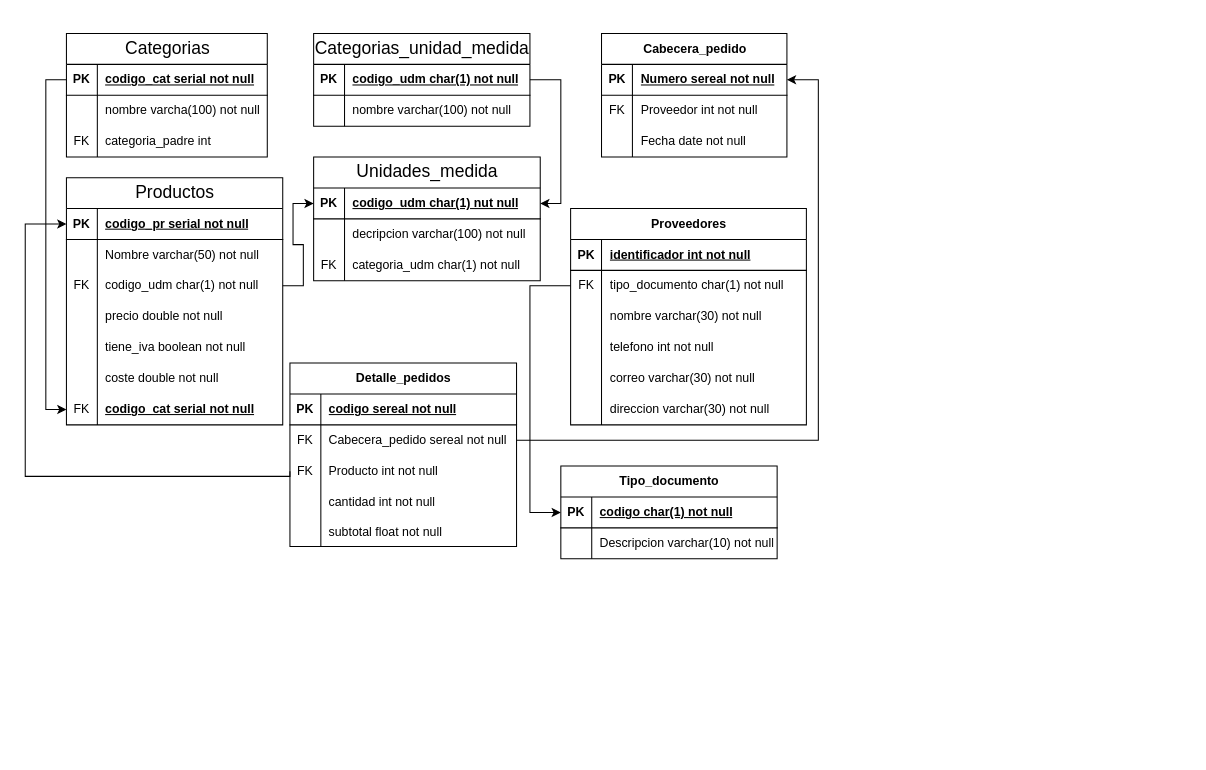
JoseAndresVR/Mod3 keeps this draw.io diagram as DDF/inventario.drawio. Above is the earlier version. Source tidied: cells renumbered, new cells numbered last; positions are measured from the earlier drawing's top-left corner, leaving out a move shared by most shapes. Both pictures are drawn from the tidied source at 103%, with x=0, y=0 at pixel (25, 33).
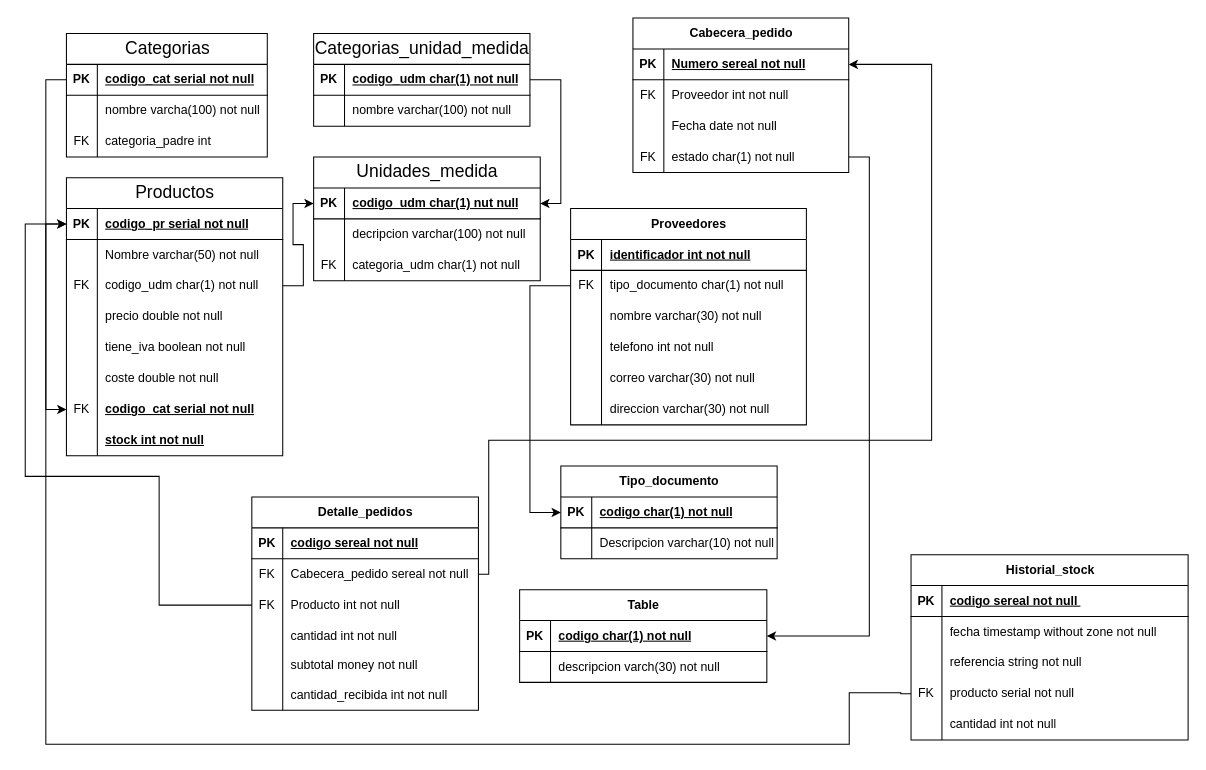
After the change.

Unchanged cells that the change refers to:
```xml
<mxCell id="30" style="shape=tableRow;horizontal=0;startSize=0;swimlaneHead=0;swimlaneBody=0;fillColor=none;points=[[0,0.5],[1,0.5]];portConstraint=eastwest;top=0;left=0;right=0;bottom=1;" parent="29" vertex="1">
  <mxGeometry y="30" width="210" height="30" as="geometry" />
</mxCell>
<mxCell id="65" style="shape=tableRow;horizontal=0;startSize=0;swimlaneHead=0;swimlaneBody=0;fillColor=none;points=[[0,0.5],[1,0.5]];portConstraint=eastwest;top=0;left=0;right=0;bottom=0;" parent="61" vertex="1">
  <mxGeometry y="60" width="220" height="30" as="geometry" />
</mxCell>
<mxCell id="68" style="shape=tableRow;horizontal=0;startSize=0;swimlaneHead=0;swimlaneBody=0;fillColor=none;points=[[0,0.5],[1,0.5]];portConstraint=eastwest;top=0;left=0;right=0;bottom=0;" parent="61" vertex="1">
  <mxGeometry y="90" width="220" height="30" as="geometry" />
</mxCell>
<mxCell id="74" style="shape=tableRow;horizontal=0;startSize=0;swimlaneHead=0;swimlaneBody=0;fillColor=none;top=0;left=0;right=0;bottom=0;" parent="61" vertex="1">
  <mxGeometry y="149" width="220" height="29" as="geometry" />
</mxCell>
```

Change to the diagram source:
```diff
@@
     <mxCell id="29" value="&lt;span style=&quot;font-family: Oxygen; font-size: 17px; font-weight: 400; text-align: start; text-wrap: wrap; background-color: rgb(255, 255, 255);&quot;&gt;Productos&lt;/span&gt;" style="shape=table;startSize=30;childLayout=tableLayout;rowLines=0;fontStyle=1;align=center;html=1;" parent="1" vertex="1">
-      <mxGeometry x="40" y="140" width="210" height="240" as="geometry" />
+      <mxGeometry x="40" y="140" width="210" height="270" as="geometry" />
     </mxCell>
@@
+    <mxCell id="109" style="shape=tableRow;horizontal=0;startSize=0;swimlaneHead=0;swimlaneBody=0;fillColor=none;top=0;left=0;right=0;bottom=0;" parent="29" vertex="1">
+      <mxGeometry y="240" width="210" height="30" as="geometry" />
+    </mxCell>
+    <mxCell id="110" style="shape=partialRectangle;fillColor=none;top=0;left=0;bottom=0;right=0;overflow=hidden;whiteSpace=wrap;html=1;" parent="109" vertex="1">
+      <mxGeometry width="30" height="30" as="geometry" />
+    </mxCell>
+    <mxCell id="111" value="&lt;b&gt;&lt;u&gt;stock int not null&lt;/u&gt;&lt;/b&gt;" style="shape=partialRectangle;fillColor=none;top=0;left=0;bottom=0;right=0;align=left;spacingLeft=6;overflow=hidden;whiteSpace=wrap;html=1;" parent="109" vertex="1">
+      <mxGeometry x="30" width="180" height="30" as="geometry" />
+    </mxCell>
@@
     <mxCell id="61" value="Detalle_pedidos" style="shape=table;startSize=30;childLayout=tableLayout;rowLines=0;fontStyle=1;align=center;html=1;" parent="1" vertex="1">
-      <mxGeometry x="257" y="320" width="220" height="178" as="geometry" />
+      <mxGeometry x="220" y="450" width="220" height="207" as="geometry" />
     </mxCell>
@@
-    <mxCell id="76" value="subtotal float not null" style="shape=partialRectangle;fillColor=none;top=0;left=0;bottom=0;right=0;align=left;spacingLeft=6;overflow=hidden;whiteSpace=wrap;html=1;" parent="74" vertex="1">
+    <mxCell id="76" value="subtotal money not null" style="shape=partialRectangle;fillColor=none;top=0;left=0;bottom=0;right=0;align=left;spacingLeft=6;overflow=hidden;whiteSpace=wrap;html=1;" parent="74" vertex="1">
       <mxGeometry x="30" width="190" height="29" as="geometry" />
     </mxCell>
+    <mxCell id="112" style="shape=tableRow;horizontal=0;startSize=0;swimlaneHead=0;swimlaneBody=0;fillColor=none;top=0;left=0;right=0;bottom=0;" parent="61" vertex="1">
+      <mxGeometry y="178" width="220" height="29" as="geometry" />
+    </mxCell>
+    <mxCell id="113" style="shape=partialRectangle;fillColor=none;top=0;left=0;bottom=0;right=0;overflow=hidden;whiteSpace=wrap;html=1;" parent="112" vertex="1">
+      <mxGeometry width="30" height="29" as="geometry" />
+    </mxCell>
+    <mxCell id="114" value="cantidad_recibida int not null" style="shape=partialRectangle;fillColor=none;top=0;left=0;bottom=0;right=0;align=left;spacingLeft=6;overflow=hidden;whiteSpace=wrap;html=1;" parent="112" vertex="1">
+      <mxGeometry x="30" width="190" height="29" as="geometry" />
+    </mxCell>
     <mxCell id="77" value="Cabecera_pedido" style="shape=table;startSize=30;childLayout=tableLayout;rowLines=0;fontStyle=1;align=center;html=1;" parent="1" vertex="1">
-      <mxGeometry x="559.5" width="180" height="120" as="geometry" />
+      <mxGeometry x="590" y="-15" width="209.5" height="150" as="geometry" />
     </mxCell>
     <mxCell id="78" style="shape=tableRow;horizontal=0;startSize=0;swimlaneHead=0;swimlaneBody=0;fillColor=none;points=[[0,0.5],[1,0.5]];portConstraint=eastwest;top=0;left=0;right=0;bottom=1;" parent="77" vertex="1">
-      <mxGeometry y="30" width="180" height="30" as="geometry" />
+      <mxGeometry y="30" width="209.5" height="30" as="geometry" />
     </mxCell>
@@
     <mxCell id="80" value="Numero sereal not null" style="shape=partialRectangle;fillColor=none;top=0;left=0;bottom=0;right=0;align=left;spacingLeft=6;fontStyle=5;overflow=hidden;whiteSpace=wrap;html=1;" parent="78" vertex="1">
-      <mxGeometry x="30" width="150" height="30" as="geometry" />
+      <mxGeometry x="30" width="179.5" height="30" as="geometry" />
     </mxCell>
     <mxCell id="81" style="shape=tableRow;horizontal=0;startSize=0;swimlaneHead=0;swimlaneBody=0;fillColor=none;top=0;left=0;right=0;bottom=0;" parent="77" vertex="1">
-      <mxGeometry y="60" width="180" height="30" as="geometry" />
+      <mxGeometry y="60" width="209.5" height="30" as="geometry" />
     </mxCell>
@@
     <mxCell id="83" value="Proveedor int not null" style="shape=partialRectangle;fillColor=none;top=0;left=0;bottom=0;right=0;align=left;spacingLeft=6;overflow=hidden;whiteSpace=wrap;html=1;" parent="81" vertex="1">
-      <mxGeometry x="30" width="150" height="30" as="geometry" />
+      <mxGeometry x="30" width="179.5" height="30" as="geometry" />
     </mxCell>
     <mxCell id="84" style="shape=tableRow;horizontal=0;startSize=0;swimlaneHead=0;swimlaneBody=0;fillColor=none;top=0;left=0;right=0;bottom=0;" parent="77" vertex="1">
-      <mxGeometry y="90" width="180" height="30" as="geometry" />
+      <mxGeometry y="90" width="209.5" height="30" as="geometry" />
     </mxCell>
@@
     <mxCell id="86" value="Fecha date not null" style="shape=partialRectangle;fillColor=none;top=0;left=0;bottom=0;right=0;align=left;spacingLeft=6;overflow=hidden;whiteSpace=wrap;html=1;" parent="84" vertex="1">
-      <mxGeometry x="30" width="150" height="30" as="geometry" />
+      <mxGeometry x="30" width="179.5" height="30" as="geometry" />
     </mxCell>
+    <mxCell id="115" style="shape=tableRow;horizontal=0;startSize=0;swimlaneHead=0;swimlaneBody=0;fillColor=none;points=[[0,0.5],[1,0.5]];portConstraint=eastwest;top=0;left=0;right=0;bottom=0;" parent="77" vertex="1">
+      <mxGeometry y="120" width="209.5" height="30" as="geometry" />
+    </mxCell>
+    <mxCell id="116" value="FK" style="shape=partialRectangle;fillColor=none;top=0;left=0;bottom=0;right=0;overflow=hidden;whiteSpace=wrap;html=1;" parent="115" vertex="1">
+      <mxGeometry width="30" height="30" as="geometry" />
+    </mxCell>
+    <mxCell id="117" value="estado char(1) not null" style="shape=partialRectangle;fillColor=none;top=0;left=0;bottom=0;right=0;align=left;spacingLeft=6;overflow=hidden;whiteSpace=wrap;html=1;" parent="115" vertex="1">
+      <mxGeometry x="30" width="179.5" height="30" as="geometry" />
+    </mxCell>
     <mxCell id="87" style="edgeStyle=orthogonalEdgeStyle;rounded=0;jettySize=auto;html=1;exitX=1;exitY=0.5;exitDx=0;exitDy=0;entryX=1;entryY=0.5;entryDx=0;entryDy=0;" parent="1" edge="1" source="65" target="78">
       <mxGeometry relative="1" as="geometry">
         <Array as="points">
-          <mxPoint x="770" y="395" />
-          <mxPoint x="770" y="45" />
+          <mxPoint x="450" y="525" />
+          <mxPoint x="450" y="395" />
+          <mxPoint x="880" y="395" />
+          <mxPoint x="880" y="30" />
         </Array>
       </mxGeometry>
     </mxCell>
     <mxCell id="88" style="edgeStyle=orthogonalEdgeStyle;rounded=0;jettySize=auto;html=1;exitX=0;exitY=0.5;exitDx=0;exitDy=0;entryX=0;entryY=0.5;entryDx=0;entryDy=0;" parent="1" edge="1" source="68" target="30">
       <mxGeometry relative="1" as="geometry">
         <Array as="points">
-          <mxPoint x="257" y="430" />
+          <mxPoint x="130" y="555" />
+          <mxPoint x="130" y="430" />
           <mxPoint y="430" />
           <mxPoint y="185" />
         </Array>
       </mxGeometry>
     </mxCell>
@@
+    <mxCell id="118" value="Table" style="shape=table;startSize=30;childLayout=tableLayout;rowLines=0;fontStyle=1;align=center;html=1;" parent="1" vertex="1">
+      <mxGeometry x="480" y="540" width="240" height="90" as="geometry" />
+    </mxCell>
+    <mxCell id="119" style="shape=tableRow;horizontal=0;startSize=0;swimlaneHead=0;swimlaneBody=0;fillColor=none;points=[[0,0.5],[1,0.5]];portConstraint=eastwest;top=0;left=0;right=0;bottom=1;" parent="118" vertex="1">
+      <mxGeometry y="30" width="240" height="30" as="geometry" />
+    </mxCell>
+    <mxCell id="120" value="PK" style="shape=partialRectangle;fillColor=none;top=0;left=0;bottom=0;right=0;fontStyle=1;overflow=hidden;whiteSpace=wrap;html=1;" parent="119" vertex="1">
+      <mxGeometry width="30" height="30" as="geometry" />
+    </mxCell>
+    <mxCell id="121" value="codigo char(1) not null" style="shape=partialRectangle;fillColor=none;top=0;left=0;bottom=0;right=0;align=left;spacingLeft=6;fontStyle=5;overflow=hidden;whiteSpace=wrap;html=1;" parent="119" vertex="1">
+      <mxGeometry x="30" width="210" height="30" as="geometry" />
+    </mxCell>
+    <mxCell id="122" style="shape=tableRow;horizontal=0;startSize=0;swimlaneHead=0;swimlaneBody=0;fillColor=none;top=0;left=0;right=0;bottom=0;" parent="118" vertex="1">
+      <mxGeometry y="60" width="240" height="30" as="geometry" />
+    </mxCell>
+    <mxCell id="123" style="shape=partialRectangle;fillColor=none;top=0;left=0;bottom=0;right=0;overflow=hidden;whiteSpace=wrap;html=1;" parent="122" vertex="1">
+      <mxGeometry width="30" height="30" as="geometry" />
+    </mxCell>
+    <mxCell id="124" value="descripcion varch(30) not null" style="shape=partialRectangle;fillColor=none;top=0;left=0;bottom=0;right=0;align=left;spacingLeft=6;overflow=hidden;whiteSpace=wrap;html=1;" parent="122" vertex="1">
+      <mxGeometry x="30" width="210" height="30" as="geometry" />
+    </mxCell>
+    <mxCell id="125" style="edgeStyle=orthogonalEdgeStyle;rounded=0;jettySize=auto;html=1;exitX=1;exitY=0.5;exitDx=0;exitDy=0;entryX=1;entryY=0.5;entryDx=0;entryDy=0;" parent="1" edge="1" source="115" target="119">
+      <mxGeometry relative="1" as="geometry" />
+    </mxCell>
+    <mxCell id="126" value="Historial_stock" style="shape=table;startSize=30;childLayout=tableLayout;rowLines=0;fontStyle=1;align=center;html=1;" parent="1" vertex="1">
+      <mxGeometry x="860" y="506" width="269" height="180" as="geometry" />
+    </mxCell>
+    <mxCell id="127" style="shape=tableRow;horizontal=0;startSize=0;swimlaneHead=0;swimlaneBody=0;fillColor=none;top=0;left=0;right=0;bottom=1;" parent="126" vertex="1">
+      <mxGeometry y="30" width="269" height="30" as="geometry" />
+    </mxCell>
+    <mxCell id="128" value="PK" style="shape=partialRectangle;fillColor=none;top=0;left=0;bottom=0;right=0;fontStyle=1;overflow=hidden;whiteSpace=wrap;html=1;" parent="127" vertex="1">
+      <mxGeometry width="30" height="30" as="geometry" />
+    </mxCell>
+    <mxCell id="129" value="codigo sereal not null&amp;nbsp;" style="shape=partialRectangle;fillColor=none;top=0;left=0;bottom=0;right=0;align=left;spacingLeft=6;fontStyle=5;overflow=hidden;whiteSpace=wrap;html=1;" parent="127" vertex="1">
+      <mxGeometry x="30" width="239" height="30" as="geometry" />
+    </mxCell>
+    <mxCell id="130" style="shape=tableRow;horizontal=0;startSize=0;swimlaneHead=0;swimlaneBody=0;fillColor=none;top=0;left=0;right=0;bottom=0;" parent="126" vertex="1">
+      <mxGeometry y="60" width="269" height="30" as="geometry" />
+    </mxCell>
+    <mxCell id="131" style="shape=partialRectangle;fillColor=none;top=0;left=0;bottom=0;right=0;overflow=hidden;whiteSpace=wrap;html=1;" parent="130" vertex="1">
+      <mxGeometry width="30" height="30" as="geometry" />
+    </mxCell>
+    <mxCell id="132" value="fecha timestamp without zone not null" style="shape=partialRectangle;fillColor=none;top=0;left=0;bottom=0;right=0;align=left;spacingLeft=6;overflow=hidden;whiteSpace=wrap;html=1;" parent="130" vertex="1">
+      <mxGeometry x="30" width="239" height="30" as="geometry" />
+    </mxCell>
+    <mxCell id="133" style="shape=tableRow;horizontal=0;startSize=0;swimlaneHead=0;swimlaneBody=0;fillColor=none;top=0;left=0;right=0;bottom=0;" parent="126" vertex="1">
+      <mxGeometry y="90" width="269" height="30" as="geometry" />
+    </mxCell>
+    <mxCell id="134" style="shape=partialRectangle;fillColor=none;top=0;left=0;bottom=0;right=0;overflow=hidden;whiteSpace=wrap;html=1;" parent="133" vertex="1">
+      <mxGeometry width="30" height="30" as="geometry" />
+    </mxCell>
+    <mxCell id="135" value="referencia string not null" style="shape=partialRectangle;fillColor=none;top=0;left=0;bottom=0;right=0;align=left;spacingLeft=6;overflow=hidden;whiteSpace=wrap;html=1;" parent="133" vertex="1">
+      <mxGeometry x="30" width="239" height="30" as="geometry" />
+    </mxCell>
+    <mxCell id="136" style="shape=tableRow;horizontal=0;startSize=0;swimlaneHead=0;swimlaneBody=0;fillColor=none;points=[[0,0.5],[1,0.5]];portConstraint=eastwest;top=0;left=0;right=0;bottom=0;" parent="126" vertex="1">
+      <mxGeometry y="120" width="269" height="30" as="geometry" />
+    </mxCell>
+    <mxCell id="137" value="FK" style="shape=partialRectangle;fillColor=none;top=0;left=0;bottom=0;right=0;overflow=hidden;whiteSpace=wrap;html=1;" parent="136" vertex="1">
+      <mxGeometry width="30" height="30" as="geometry" />
+    </mxCell>
+    <mxCell id="138" value="producto serial not null" style="shape=partialRectangle;fillColor=none;top=0;left=0;bottom=0;right=0;align=left;spacingLeft=6;overflow=hidden;whiteSpace=wrap;html=1;" parent="136" vertex="1">
+      <mxGeometry x="30" width="239" height="30" as="geometry" />
+    </mxCell>
+    <mxCell id="139" style="shape=tableRow;horizontal=0;startSize=0;swimlaneHead=0;swimlaneBody=0;fillColor=none;top=0;left=0;right=0;bottom=0;" parent="126" vertex="1">
+      <mxGeometry y="150" width="269" height="30" as="geometry" />
+    </mxCell>
+    <mxCell id="140" style="shape=partialRectangle;fillColor=none;top=0;left=0;bottom=0;right=0;overflow=hidden;whiteSpace=wrap;html=1;" parent="139" vertex="1">
+      <mxGeometry width="30" height="30" as="geometry" />
+    </mxCell>
+    <mxCell id="141" value="cantidad int not null" style="shape=partialRectangle;fillColor=none;top=0;left=0;bottom=0;right=0;align=left;spacingLeft=6;overflow=hidden;whiteSpace=wrap;html=1;" parent="139" vertex="1">
+      <mxGeometry x="30" width="239" height="30" as="geometry" />
+    </mxCell>
+    <mxCell id="142" style="edgeStyle=orthogonalEdgeStyle;rounded=0;jettySize=auto;html=1;exitX=0;exitY=0.5;exitDx=0;exitDy=0;entryX=0;entryY=0.5;entryDx=0;entryDy=0;" parent="1" edge="1" source="136" target="30">
+      <mxGeometry relative="1" as="geometry">
+        <Array as="points">
+          <mxPoint x="850" y="640" />
+          <mxPoint x="800" y="640" />
+          <mxPoint x="800" y="690" />
+          <mxPoint x="20" y="690" />
+          <mxPoint x="20" y="185" />
+        </Array>
+      </mxGeometry>
+    </mxCell>
```
